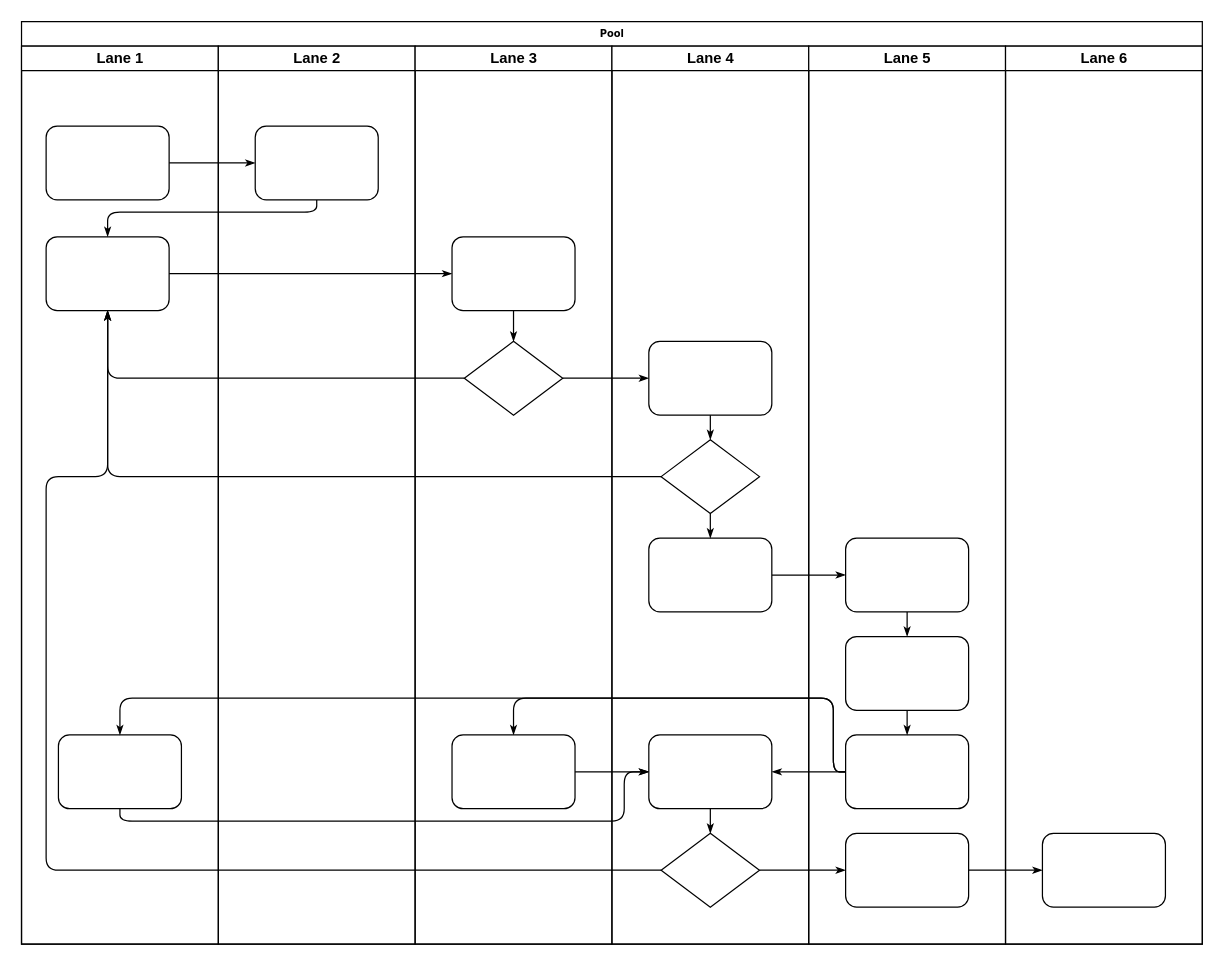
Above: Untitled Diagram.drawio in famino/mql5adviser (draw.io), before the change. Source tidied: cells renumbered, new cells numbered last; positions are measured from the earlier drawing's top-left corner, leaving out a move shared by most shapes. Both pictures are drawn from the tidied source at 123%, with x=0, y=0 at pixel (21, 21).
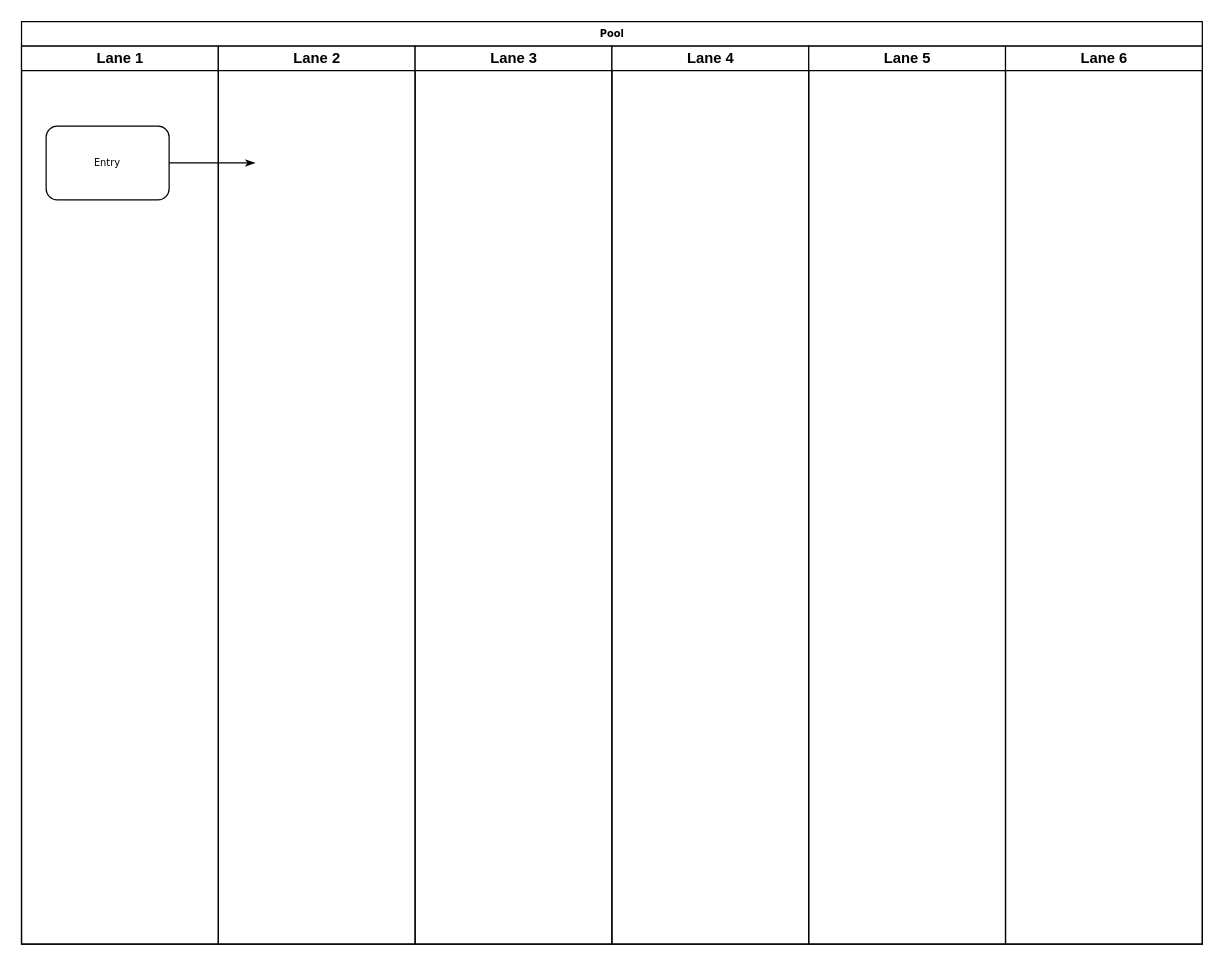
The same diagram, later.

Commit message:
Hike App

Unchanged cells that the change refers to:
```xml
<mxCell id="2" value="Pool" style="swimlane;html=1;startSize=20;rounded=0;shadow=0;labelBackgroundColor=none;strokeWidth=1;fontFamily=Verdana;fontSize=8;align=center;" parent="1" vertex="1">
  <mxGeometry width="960" height="750" as="geometry" />
</mxCell>
<mxCell id="3" value="Lane 1" style="swimlane;html=1;startSize=20;" parent="2" vertex="1">
  <mxGeometry y="20" width="160" height="730" as="geometry" />
</mxCell>
<mxCell id="22" value="Lane 2" style="swimlane;html=1;startSize=20;" parent="2" vertex="1">
  <mxGeometry x="160" y="20" width="160" height="730" as="geometry" />
</mxCell>
<mxCell id="24" value="Lane 3" style="swimlane;html=1;startSize=20;" parent="2" vertex="1">
  <mxGeometry x="320" y="20" width="160" height="730" as="geometry" />
</mxCell>
<mxCell id="29" value="Lane 4" style="swimlane;html=1;startSize=20;" parent="2" vertex="1">
  <mxGeometry x="480" y="20" width="160" height="730" as="geometry" />
</mxCell>
<mxCell id="38" value="Lane 5" style="swimlane;html=1;startSize=20;" parent="2" vertex="1">
  <mxGeometry x="640" y="20" width="160" height="730" as="geometry" />
</mxCell>
<mxCell id="45" value="Lane 6" style="swimlane;html=1;startSize=20;" parent="2" vertex="1">
  <mxGeometry x="800" y="20" width="160" height="730" as="geometry" />
</mxCell>
```

The edit, as a diff of the source:
```diff
@@
-    <mxCell id="4" style="rounded=1;whiteSpace=wrap;html=1;shadow=0;labelBackgroundColor=none;strokeWidth=1;fontFamily=Verdana;fontSize=8;align=center;" parent="3" vertex="1">
+    <mxCell id="4" value="Entry" style="rounded=1;whiteSpace=wrap;html=1;shadow=0;labelBackgroundColor=none;strokeWidth=1;fontFamily=Verdana;fontSize=8;align=center;" parent="3" vertex="1">
       <mxGeometry x="20" y="65" width="100" height="60" as="geometry" />
     </mxCell>
-    <mxCell id="5" style="rounded=1;whiteSpace=wrap;html=1;shadow=0;labelBackgroundColor=none;strokeWidth=1;fontFamily=Verdana;fontSize=8;align=center;" parent="3" vertex="1">
-      <mxGeometry x="20" y="155" width="100" height="60" as="geometry" />
-    </mxCell>
-    <mxCell id="6" style="rounded=1;whiteSpace=wrap;html=1;shadow=0;labelBackgroundColor=none;strokeWidth=1;fontFamily=Verdana;fontSize=8;align=center;" parent="3" vertex="1">
-      <mxGeometry x="30" y="560" width="100" height="60" as="geometry" />
-    </mxCell>
-    <mxCell id="7" style="edgeStyle=orthogonalEdgeStyle;rounded=1;html=1;labelBackgroundColor=none;startArrow=none;startFill=0;startSize=5;endArrow=classicThin;endFill=1;endSize=5;jettySize=auto;strokeWidth=1;fontFamily=Verdana;fontSize=8;" parent="2" edge="1" source="4" target="23">
-      <mxGeometry relative="1" as="geometry" />
+    <mxCell id="7" style="edgeStyle=orthogonalEdgeStyle;rounded=1;html=1;labelBackgroundColor=none;startArrow=none;startFill=0;startSize=5;endArrow=classicThin;endFill=1;endSize=5;jettySize=auto;strokeWidth=1;fontFamily=Verdana;fontSize=8;" parent="2" edge="1" source="4">
+      <mxGeometry relative="1" as="geometry">
+        <mxPoint x="190" y="115" as="targetPoint" />
+      </mxGeometry>
     </mxCell>
-    <mxCell id="8" style="edgeStyle=orthogonalEdgeStyle;rounded=1;html=1;labelBackgroundColor=none;startArrow=none;startFill=0;startSize=5;endArrow=classicThin;endFill=1;endSize=5;jettySize=auto;strokeWidth=1;fontFamily=Verdana;fontSize=8;" parent="2" edge="1" source="23" target="5">
-      <mxGeometry relative="1" as="geometry">
-        <Array as="points">
-          <mxPoint x="240" y="155" />
-          <mxPoint x="70" y="155" />
-        </Array>
-      </mxGeometry>
-    </mxCell>
-    <mxCell id="9" style="edgeStyle=orthogonalEdgeStyle;rounded=1;html=1;labelBackgroundColor=none;startArrow=none;startFill=0;startSize=5;endArrow=classicThin;endFill=1;endSize=5;jettySize=auto;strokeWidth=1;fontFamily=Verdana;fontSize=8;" parent="2" edge="1" source="5" target="25">
-      <mxGeometry relative="1" as="geometry" />
-    </mxCell>
-    <mxCell id="10" style="edgeStyle=orthogonalEdgeStyle;rounded=1;html=1;labelBackgroundColor=none;startArrow=none;startFill=0;startSize=5;endArrow=classicThin;endFill=1;endSize=5;jettySize=auto;strokeWidth=1;fontFamily=Verdana;fontSize=8;" parent="2" edge="1" source="26" target="5">
-      <mxGeometry relative="1" as="geometry" />
-    </mxCell>
-    <mxCell id="11" style="edgeStyle=orthogonalEdgeStyle;rounded=1;html=1;labelBackgroundColor=none;startArrow=none;startFill=0;startSize=5;endArrow=classicThin;endFill=1;endSize=5;jettySize=auto;strokeWidth=1;fontFamily=Verdana;fontSize=8;" parent="2" edge="1" source="31" target="5">
-      <mxGeometry relative="1" as="geometry" />
-    </mxCell>
-    <mxCell id="12" style="edgeStyle=orthogonalEdgeStyle;rounded=1;html=1;labelBackgroundColor=none;startArrow=none;startFill=0;startSize=5;endArrow=classicThin;endFill=1;endSize=5;jettySize=auto;strokeWidth=1;fontFamily=Verdana;fontSize=8;" parent="2" edge="1" source="34" target="5">
-      <mxGeometry relative="1" as="geometry">
-        <Array as="points">
-          <mxPoint x="20" y="690" />
-          <mxPoint x="20" y="370" />
-          <mxPoint x="70" y="370" />
-        </Array>
-      </mxGeometry>
-    </mxCell>
-    <mxCell id="13" style="edgeStyle=orthogonalEdgeStyle;rounded=1;html=1;labelBackgroundColor=none;startArrow=none;startFill=0;startSize=5;endArrow=classicThin;endFill=1;endSize=5;jettySize=auto;strokeWidth=1;fontFamily=Verdana;fontSize=8;" parent="2" edge="1" source="26" target="30">
-      <mxGeometry relative="1" as="geometry" />
-    </mxCell>
-    <mxCell id="14" style="edgeStyle=orthogonalEdgeStyle;rounded=1;html=1;labelBackgroundColor=none;startArrow=none;startFill=0;startSize=5;endArrow=classicThin;endFill=1;endSize=5;jettySize=auto;strokeWidth=1;fontFamily=Verdana;fontSize=8;" parent="2" edge="1" source="34" target="42">
-      <mxGeometry relative="1" as="geometry" />
-    </mxCell>
-    <mxCell id="15" style="edgeStyle=orthogonalEdgeStyle;rounded=1;html=1;labelBackgroundColor=none;startArrow=none;startFill=0;startSize=5;endArrow=classicThin;endFill=1;endSize=5;jettySize=auto;strokeWidth=1;fontFamily=Verdana;fontSize=8;" parent="2" edge="1" source="42" target="46">
-      <mxGeometry relative="1" as="geometry" />
-    </mxCell>
-    <mxCell id="16" style="edgeStyle=orthogonalEdgeStyle;rounded=1;html=1;labelBackgroundColor=none;startArrow=none;startFill=0;startSize=5;endArrow=classicThin;endFill=1;endSize=5;jettySize=auto;strokeWidth=1;fontFamily=Verdana;fontSize=8;" parent="2" edge="1" source="32" target="39">
-      <mxGeometry relative="1" as="geometry" />
-    </mxCell>
-    <mxCell id="17" style="edgeStyle=orthogonalEdgeStyle;rounded=1;html=1;labelBackgroundColor=none;startArrow=none;startFill=0;startSize=5;endArrow=classicThin;endFill=1;endSize=5;jettySize=auto;strokeWidth=1;fontFamily=Verdana;fontSize=8;" parent="2" edge="1" source="41" target="27">
-      <mxGeometry relative="1" as="geometry">
-        <Array as="points">
-          <mxPoint x="660" y="610" />
-          <mxPoint x="660" y="550" />
-          <mxPoint x="400" y="550" />
-        </Array>
-      </mxGeometry>
-    </mxCell>
-    <mxCell id="18" style="edgeStyle=orthogonalEdgeStyle;rounded=1;html=1;labelBackgroundColor=none;startArrow=none;startFill=0;startSize=5;endArrow=classicThin;endFill=1;endSize=5;jettySize=auto;strokeColor=#000000;strokeWidth=1;fontFamily=Verdana;fontSize=8;fontColor=#000000;" parent="2" edge="1" source="41" target="33">
-      <mxGeometry relative="1" as="geometry" />
-    </mxCell>
-    <mxCell id="19" style="edgeStyle=orthogonalEdgeStyle;rounded=1;html=1;labelBackgroundColor=none;startArrow=none;startFill=0;startSize=5;endArrow=classicThin;endFill=1;endSize=5;jettySize=auto;strokeWidth=1;fontFamily=Verdana;fontSize=8;" parent="2" edge="1" source="41" target="6">
-      <mxGeometry relative="1" as="geometry">
-        <Array as="points">
-          <mxPoint x="660" y="610" />
-          <mxPoint x="660" y="550" />
-          <mxPoint x="80" y="550" />
-        </Array>
-      </mxGeometry>
-    </mxCell>
-    <mxCell id="20" style="edgeStyle=orthogonalEdgeStyle;rounded=1;html=1;labelBackgroundColor=none;startArrow=none;startFill=0;startSize=5;endArrow=classicThin;endFill=1;endSize=5;jettySize=auto;strokeWidth=1;fontFamily=Verdana;fontSize=8;" parent="2" edge="1" source="6" target="33">
-      <mxGeometry relative="1" as="geometry">
-        <Array as="points">
-          <mxPoint x="80" y="650" />
-          <mxPoint x="490" y="650" />
-          <mxPoint x="490" y="610" />
-        </Array>
-      </mxGeometry>
-    </mxCell>
-    <mxCell id="21" style="edgeStyle=orthogonalEdgeStyle;rounded=1;html=1;labelBackgroundColor=none;startArrow=none;startFill=0;startSize=5;endArrow=classicThin;endFill=1;endSize=5;jettySize=auto;strokeWidth=1;fontFamily=Verdana;fontSize=8;" parent="2" edge="1" source="27" target="33">
-      <mxGeometry relative="1" as="geometry" />
-    </mxCell>
@@
-    <mxCell id="23" style="rounded=1;whiteSpace=wrap;html=1;shadow=0;labelBackgroundColor=none;strokeWidth=1;fontFamily=Verdana;fontSize=8;align=center;" parent="22" vertex="1">
-      <mxGeometry x="30" y="65" width="100" height="60" as="geometry" />
-    </mxCell>
@@
-    <mxCell id="25" style="rounded=1;whiteSpace=wrap;html=1;shadow=0;labelBackgroundColor=none;strokeWidth=1;fontFamily=Verdana;fontSize=8;align=center;" parent="24" vertex="1">
-      <mxGeometry x="30" y="155" width="100" height="60" as="geometry" />
-    </mxCell>
-    <mxCell id="26" style="rhombus;whiteSpace=wrap;html=1;rounded=0;shadow=0;labelBackgroundColor=none;strokeWidth=1;fontFamily=Verdana;fontSize=8;align=center;" parent="24" vertex="1">
-      <mxGeometry x="40" y="240" width="80" height="60" as="geometry" />
-    </mxCell>
-    <mxCell id="27" style="rounded=1;whiteSpace=wrap;html=1;shadow=0;labelBackgroundColor=none;strokeWidth=1;fontFamily=Verdana;fontSize=8;align=center;" parent="24" vertex="1">
-      <mxGeometry x="30" y="560" width="100" height="60" as="geometry" />
-    </mxCell>
-    <mxCell id="28" style="edgeStyle=orthogonalEdgeStyle;rounded=1;html=1;labelBackgroundColor=none;startArrow=none;startFill=0;startSize=5;endArrow=classicThin;endFill=1;endSize=5;jettySize=auto;strokeWidth=1;fontFamily=Verdana;fontSize=8;" parent="24" edge="1" source="25" target="26">
-      <mxGeometry relative="1" as="geometry" />
-    </mxCell>
@@
-    <mxCell id="30" style="rounded=1;whiteSpace=wrap;html=1;shadow=0;labelBackgroundColor=none;strokeWidth=1;fontFamily=Verdana;fontSize=8;align=center;" parent="29" vertex="1">
-      <mxGeometry x="30" y="240" width="100" height="60" as="geometry" />
-    </mxCell>
-    <mxCell id="31" style="rhombus;whiteSpace=wrap;html=1;rounded=0;shadow=0;labelBackgroundColor=none;strokeWidth=1;fontFamily=Verdana;fontSize=8;align=center;" parent="29" vertex="1">
-      <mxGeometry x="40" y="320" width="80" height="60" as="geometry" />
-    </mxCell>
-    <mxCell id="32" style="rounded=1;whiteSpace=wrap;html=1;shadow=0;labelBackgroundColor=none;strokeWidth=1;fontFamily=Verdana;fontSize=8;align=center;" parent="29" vertex="1">
-      <mxGeometry x="30" y="400" width="100" height="60" as="geometry" />
-    </mxCell>
-    <mxCell id="33" style="rounded=1;whiteSpace=wrap;html=1;shadow=0;labelBackgroundColor=none;strokeWidth=1;fontFamily=Verdana;fontSize=8;align=center;" parent="29" vertex="1">
-      <mxGeometry x="30" y="560" width="100" height="60" as="geometry" />
-    </mxCell>
-    <mxCell id="34" style="rhombus;whiteSpace=wrap;html=1;rounded=0;shadow=0;labelBackgroundColor=none;strokeWidth=1;fontFamily=Verdana;fontSize=8;align=center;" parent="29" vertex="1">
-      <mxGeometry x="40" y="640" width="80" height="60" as="geometry" />
-    </mxCell>
-    <mxCell id="35" style="edgeStyle=orthogonalEdgeStyle;rounded=1;html=1;labelBackgroundColor=none;startArrow=none;startFill=0;startSize=5;endArrow=classicThin;endFill=1;endSize=5;jettySize=auto;strokeColor=#000000;strokeWidth=1;fontFamily=Verdana;fontSize=8;fontColor=#000000;" parent="29" edge="1" source="30" target="31">
-      <mxGeometry relative="1" as="geometry" />
-    </mxCell>
-    <mxCell id="36" style="edgeStyle=orthogonalEdgeStyle;rounded=1;html=1;labelBackgroundColor=none;startArrow=none;startFill=0;startSize=5;endArrow=classicThin;endFill=1;endSize=5;jettySize=auto;strokeWidth=1;fontFamily=Verdana;fontSize=8;" parent="29" edge="1" source="31" target="32">
-      <mxGeometry relative="1" as="geometry" />
-    </mxCell>
-    <mxCell id="37" style="edgeStyle=orthogonalEdgeStyle;rounded=1;html=1;labelBackgroundColor=none;startArrow=none;startFill=0;startSize=5;endArrow=classicThin;endFill=1;endSize=5;jettySize=auto;strokeWidth=1;fontFamily=Verdana;fontSize=8;" parent="29" edge="1" source="33" target="34">
-      <mxGeometry relative="1" as="geometry" />
-    </mxCell>
@@
-    <mxCell id="39" style="rounded=1;whiteSpace=wrap;html=1;shadow=0;labelBackgroundColor=none;strokeWidth=1;fontFamily=Verdana;fontSize=8;align=center;" parent="38" vertex="1">
-      <mxGeometry x="30" y="400" width="100" height="60" as="geometry" />
-    </mxCell>
-    <mxCell id="40" style="rounded=1;whiteSpace=wrap;html=1;shadow=0;labelBackgroundColor=none;strokeWidth=1;fontFamily=Verdana;fontSize=8;align=center;" parent="38" vertex="1">
-      <mxGeometry x="30" y="480" width="100" height="60" as="geometry" />
-    </mxCell>
-    <mxCell id="41" style="rounded=1;whiteSpace=wrap;html=1;shadow=0;labelBackgroundColor=none;strokeWidth=1;fontFamily=Verdana;fontSize=8;align=center;" parent="38" vertex="1">
-      <mxGeometry x="30" y="560" width="100" height="60" as="geometry" />
-    </mxCell>
-    <mxCell id="42" style="rounded=1;whiteSpace=wrap;html=1;shadow=0;labelBackgroundColor=none;strokeWidth=1;fontFamily=Verdana;fontSize=8;align=center;" parent="38" vertex="1">
-      <mxGeometry x="30" y="640" width="100" height="60" as="geometry" />
-    </mxCell>
-    <mxCell id="43" style="edgeStyle=orthogonalEdgeStyle;rounded=1;html=1;labelBackgroundColor=none;startArrow=none;startFill=0;startSize=5;endArrow=classicThin;endFill=1;endSize=5;jettySize=auto;strokeWidth=1;fontFamily=Verdana;fontSize=8;" parent="38" edge="1" source="39" target="40">
-      <mxGeometry relative="1" as="geometry" />
-    </mxCell>
-    <mxCell id="44" style="edgeStyle=orthogonalEdgeStyle;rounded=1;html=1;labelBackgroundColor=none;startArrow=none;startFill=0;startSize=5;endArrow=classicThin;endFill=1;endSize=5;jettySize=auto;strokeWidth=1;fontFamily=Verdana;fontSize=8;" parent="38" edge="1" source="40" target="41">
-      <mxGeometry relative="1" as="geometry" />
-    </mxCell>
@@
-    <mxCell id="46" style="rounded=1;whiteSpace=wrap;html=1;shadow=0;labelBackgroundColor=none;strokeWidth=1;fontFamily=Verdana;fontSize=8;align=center;" parent="45" vertex="1">
-      <mxGeometry x="30" y="640" width="100" height="60" as="geometry" />
-    </mxCell>
```
